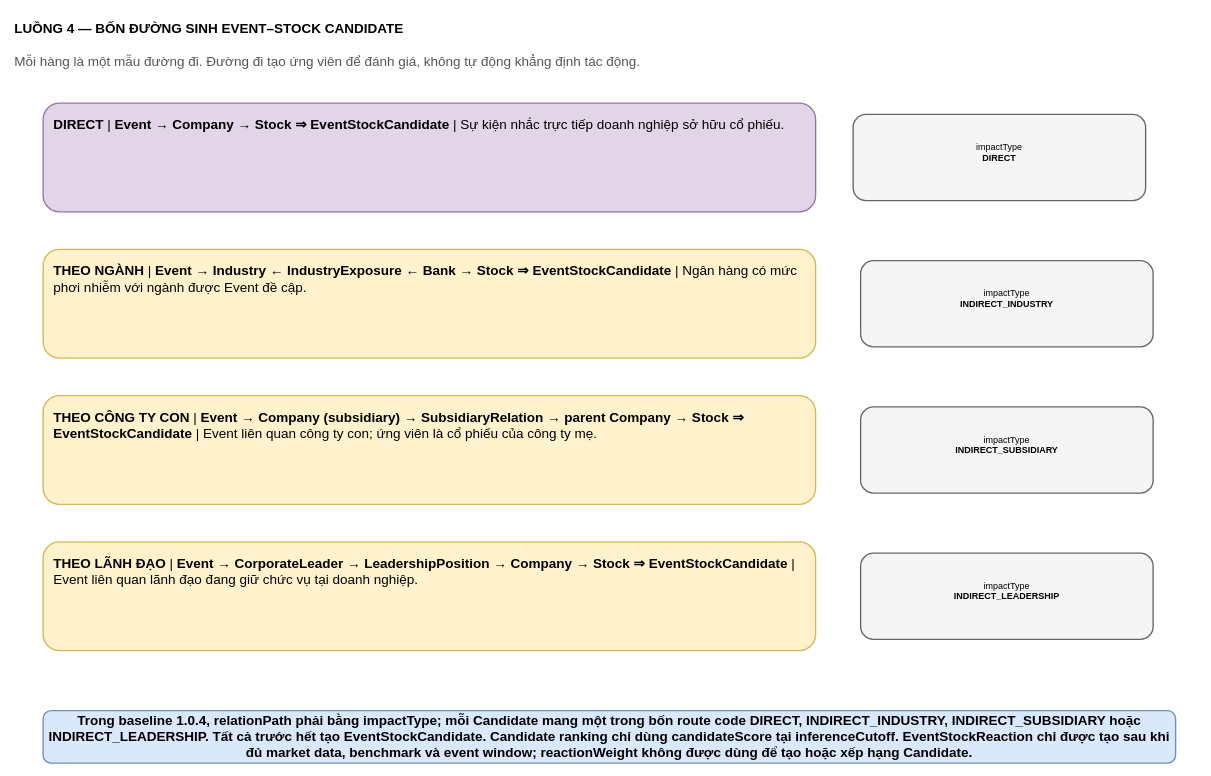
This is page "05-4 Đường liên hệ chính" (6 of 7) of chỉnh sửa mới nhất - 01-10/master_thesis_v1_synced_01-10.drawio from Lequynhlan/master_thesis_draf, a draw.io file, before an edit. Source tidied: cells renumbered, new cells numbered last; positions are measured from the earlier drawing's top-left corner, leaving out a move shared by most shapes. Both pictures are drawn from the tidied source at 75%, with x=0, y=0 at pixel (13, 13).
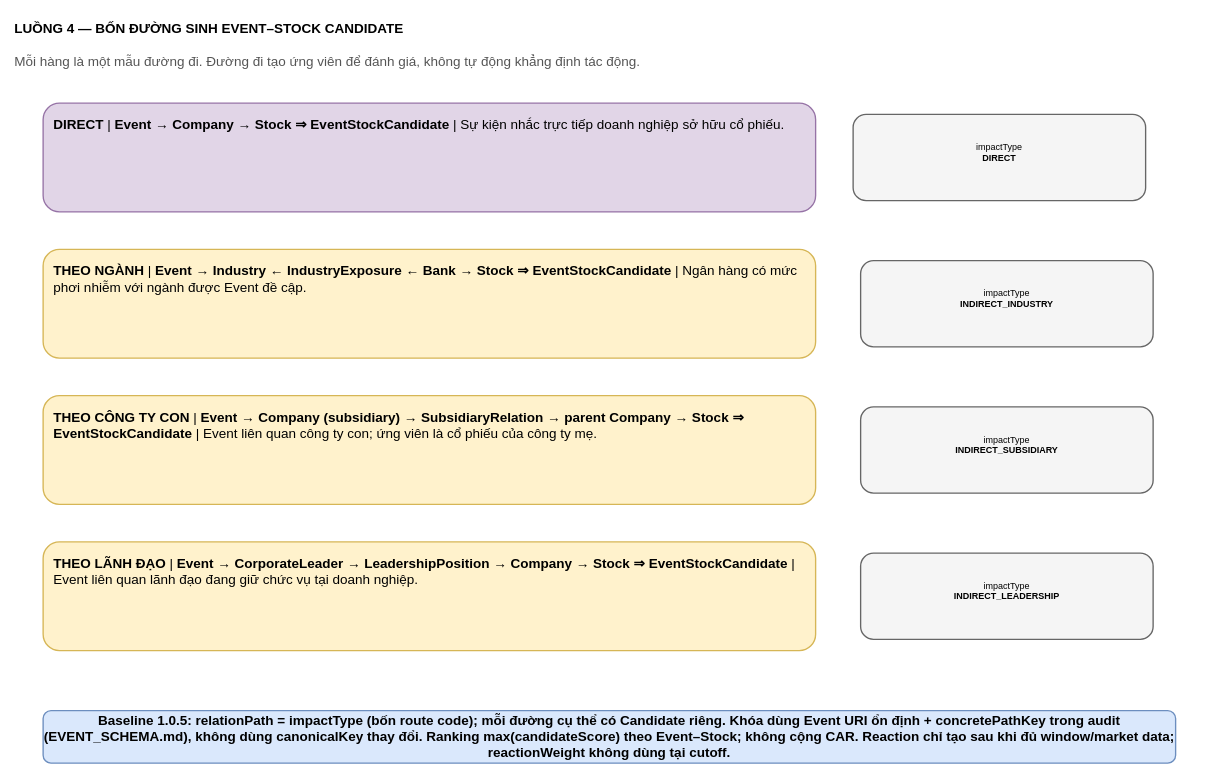
The same diagram, later.

Diff of the diagram source:
```diff
@@
 <mxGraphModel>
   <root>
     <mxCell id="0" />
     <mxCell id="1" parent="0" />
     <mxCell id="2" value="LUỒNG 4 — BỐN ĐƯỜNG SINH EVENT–STOCK CANDIDATE" style="text;html=1;strokeColor=none;fillColor=none;align=left;verticalAlign=middle;fontSize=18;fontStyle=1;" parent="1" vertex="1">
       <mxGeometry width="1580" height="42" as="geometry" />
     </mxCell>
     <mxCell id="3" value="Mỗi hàng là một mẫu đường đi. Đường đi tạo ứng viên để đánh giá, không tự động khẳng định tác động." style="text;html=1;strokeColor=none;fillColor=none;align=left;verticalAlign=top;fontSize=18;fontColor=#555555;" parent="1" vertex="1">
       <mxGeometry y="48" width="1580" height="48" as="geometry" />
     </mxCell>
     <mxCell id="4" value="&lt;b&gt;DIRECT&lt;/b&gt; | &lt;font&gt;&lt;b&gt;Event → Company → Stock ⇒ EventStockCandidate&lt;/b&gt;&lt;/font&gt; | Sự kiện nhắc trực tiếp doanh nghiệp sở hữu cổ phiếu." style="rounded=1;whiteSpace=wrap;html=1;fillColor=#e1d5e7;strokeColor=#9673a6;strokeWidth=1.8;fontSize=18;align=left;verticalAlign=top;spacing=14;" parent="1" vertex="1">
       <mxGeometry x="40" y="120" width="1030" height="145" as="geometry" />
     </mxCell>
     <mxCell id="5" value="impactType&lt;br&gt;&lt;b&gt;DIRECT&lt;/b&gt;&lt;br&gt;&lt;div&gt;&lt;br/&gt;&lt;/div&gt;" style="rounded=1;whiteSpace=wrap;html=1;fillColor=#f5f5f5;strokeColor=#666666;strokeWidth=1.8;fontSize=18;fontSize=12;" parent="1" vertex="1">
       <mxGeometry x="1120" y="135" width="390" height="115" as="geometry" />
     </mxCell>
     <mxCell id="6" value="&lt;b&gt;THEO NGÀNH&lt;/b&gt; | &lt;font&gt;&lt;b&gt;Event → Industry ← IndustryExposure ← Bank → Stock ⇒ EventStockCandidate&lt;/b&gt;&lt;/font&gt; | Ngân hàng có mức phơi nhiễm với ngành được Event đề cập." style="rounded=1;whiteSpace=wrap;html=1;fillColor=#fff2cc;strokeColor=#d6b656;strokeWidth=1.8;fontSize=18;align=left;verticalAlign=top;spacing=14;" parent="1" vertex="1">
       <mxGeometry x="40" y="315" width="1030" height="145" as="geometry" />
     </mxCell>
     <mxCell id="7" value="impactType&lt;br&gt;&lt;b&gt;INDIRECT_INDUSTRY&lt;/b&gt;&lt;br&gt;&lt;div&gt;&lt;br/&gt;&lt;/div&gt;" style="rounded=1;whiteSpace=wrap;html=1;fillColor=#f5f5f5;strokeColor=#666666;strokeWidth=1.8;fontSize=18;fontSize=12;" parent="1" vertex="1">
       <mxGeometry x="1130" y="330" width="390" height="115" as="geometry" />
     </mxCell>
     <mxCell id="8" value="&lt;b&gt;THEO CÔNG TY CON&lt;/b&gt; | &lt;font&gt;&lt;b&gt;Event → Company (subsidiary) → SubsidiaryRelation → parent Company → Stock ⇒ EventStockCandidate&lt;/b&gt;&lt;/font&gt; | Event liên quan công ty con; ứng viên là cổ phiếu của công ty mẹ." style="rounded=1;whiteSpace=wrap;html=1;fillColor=#fff2cc;strokeColor=#d6b656;strokeWidth=1.8;fontSize=18;align=left;verticalAlign=top;spacing=14;" parent="1" vertex="1">
       <mxGeometry x="40" y="510" width="1030" height="145" as="geometry" />
     </mxCell>
     <mxCell id="9" value="impactType&lt;br&gt;&lt;b&gt;INDIRECT_SUBSIDIARY&lt;/b&gt;&lt;br&gt;&lt;div&gt;&lt;br/&gt;&lt;/div&gt;" style="rounded=1;whiteSpace=wrap;html=1;fillColor=#f5f5f5;strokeColor=#666666;strokeWidth=1.8;fontSize=18;fontSize=12;" parent="1" vertex="1">
       <mxGeometry x="1130" y="525" width="390" height="115" as="geometry" />
     </mxCell>
     <mxCell id="10" value="&lt;b&gt;THEO LÃNH ĐẠO&lt;/b&gt; | &lt;font&gt;&lt;b&gt;Event → CorporateLeader → LeadershipPosition → Company → Stock ⇒ EventStockCandidate&lt;/b&gt;&lt;/font&gt; | Event liên quan lãnh đạo đang giữ chức vụ tại doanh nghiệp." style="rounded=1;whiteSpace=wrap;html=1;fillColor=#fff2cc;strokeColor=#d6b656;strokeWidth=1.8;fontSize=18;align=left;verticalAlign=top;spacing=14;" parent="1" vertex="1">
       <mxGeometry x="40" y="705" width="1030" height="145" as="geometry" />
     </mxCell>
     <mxCell id="11" value="impactType&lt;br&gt;&lt;b&gt;INDIRECT_LEADERSHIP&lt;/b&gt;&lt;br&gt;&lt;div&gt;&lt;br/&gt;&lt;/div&gt;" style="rounded=1;whiteSpace=wrap;html=1;fillColor=#f5f5f5;strokeColor=#666666;strokeWidth=1.8;fontSize=18;fontSize=12;" parent="1" vertex="1">
       <mxGeometry x="1130" y="720" width="390" height="115" as="geometry" />
     </mxCell>
-    <mxCell id="12" value="Trong baseline 1.0.4, relationPath phải bằng impactType; mỗi Candidate mang một trong bốn route code DIRECT, INDIRECT_INDUSTRY, INDIRECT_SUBSIDIARY hoặc INDIRECT_LEADERSHIP. Tất cả trước hết tạo EventStockCandidate. Candidate ranking chỉ dùng candidateScore tại inferenceCutoff. EventStockReaction chỉ được tạo sau khi đủ market data, benchmark và event window; reactionWeight không được dùng để tạo hoặc xếp hạng Candidate." style="rounded=1;whiteSpace=wrap;html=1;fillColor=#dae8fc;strokeColor=#6c8ebf;strokeWidth=1.8;fontSize=18;align=center;verticalAlign=middle;fontStyle=1;" parent="1" vertex="1">
+    <mxCell id="12" value="Baseline 1.0.5: relationPath = impactType (bốn route code); mỗi đường cụ thể có Candidate riêng. Khóa dùng Event URI ổn định + concretePathKey trong audit (EVENT_SCHEMA.md), không dùng canonicalKey thay đổi. Ranking max(candidateScore) theo Event–Stock; không cộng CAR. Reaction chỉ tạo sau khi đủ window/market data; reactionWeight không dùng tại cutoff." style="rounded=1;whiteSpace=wrap;html=1;fillColor=#dae8fc;strokeColor=#6c8ebf;strokeWidth=1.8;fontSize=18;align=center;verticalAlign=middle;fontStyle=1;" parent="1" vertex="1">
       <mxGeometry x="40" y="930" width="1510" height="70" as="geometry" />
     </mxCell>
   </root>
 </mxGraphModel>
```
